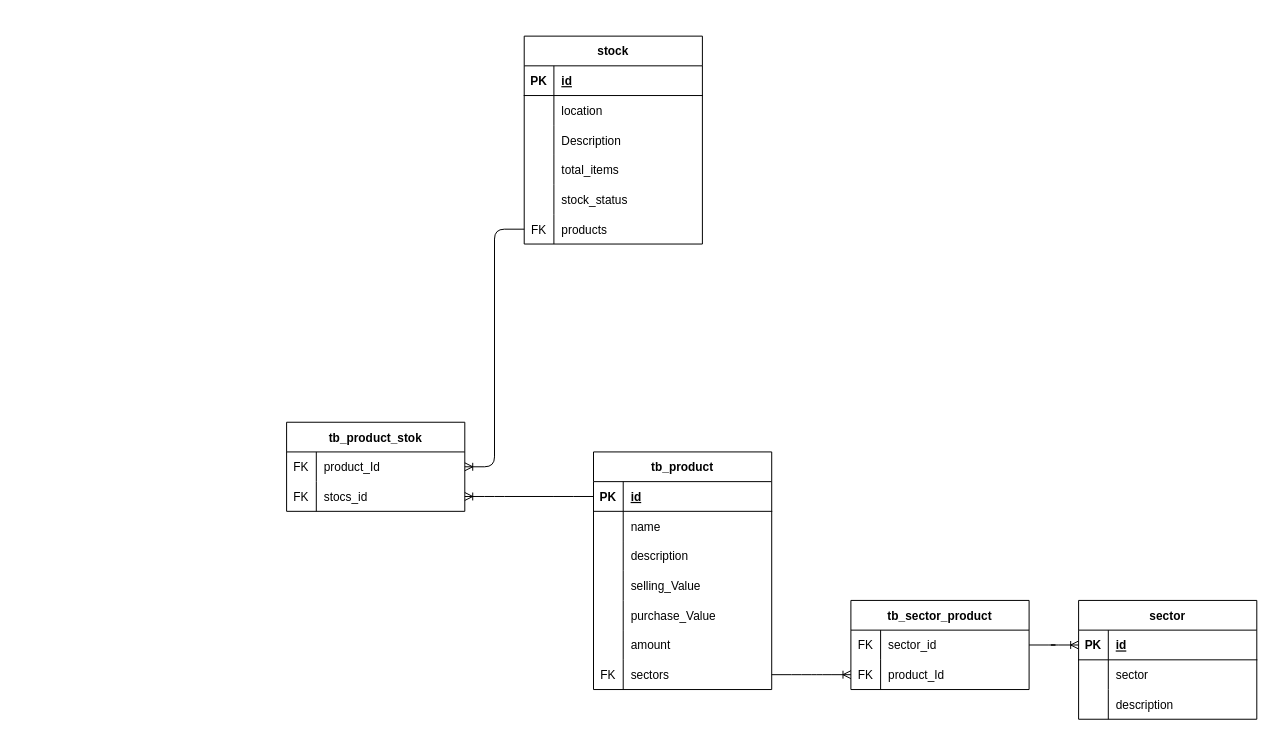
This is doc/DiagramaBanco.drawio from ulisses953/GerenciadorEstoqueBackEnd, a draw.io file, before an edit. Source tidied: cells renumbered, new cells numbered last; positions are measured from the earlier drawing's top-left corner, leaving out a move shared by most shapes. Both pictures are drawn from the tidied source at 99%, with x=0, y=0 at pixel (286, 36).
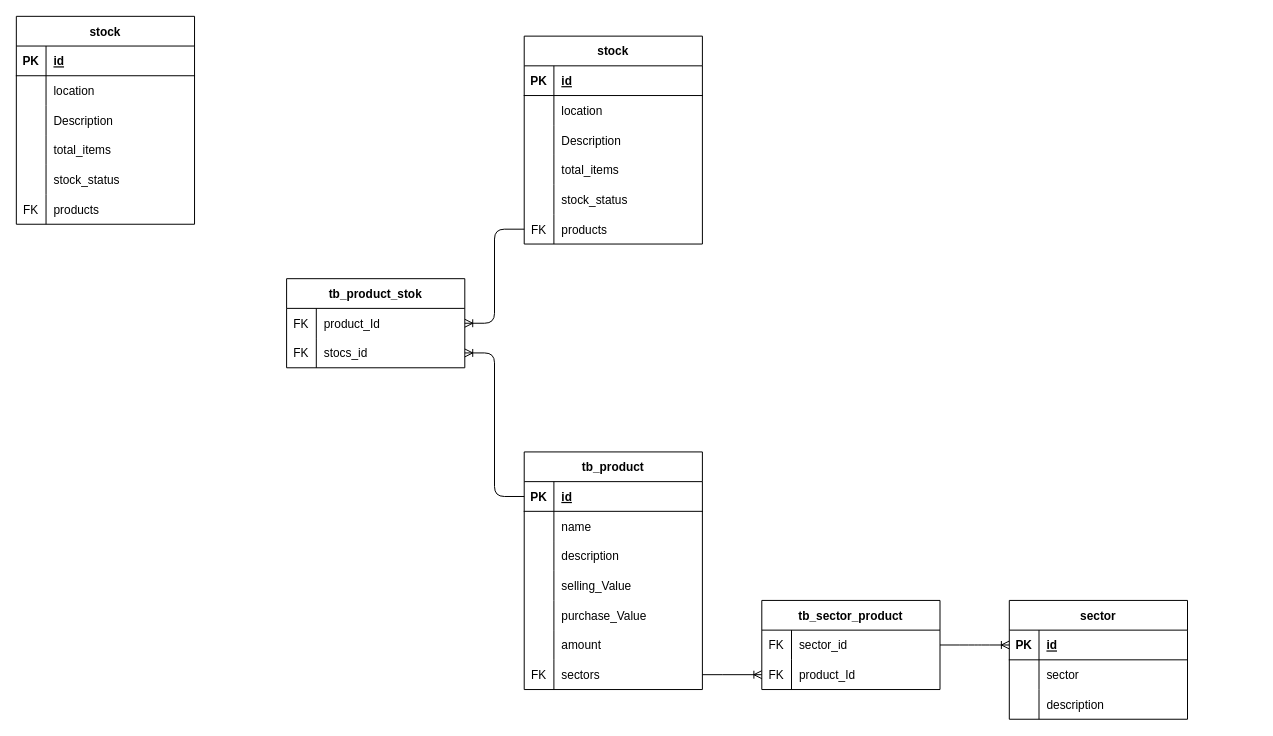
Above is the later version.

Diff of the diagram source:
```diff
@@
     <mxCell id="2" value="tb_product" style="shape=table;startSize=30;childLayout=tableLayout;rowLines=0;fontStyle=1;align=center;" parent="1" vertex="1">
-      <mxGeometry x="310" y="420" width="180" height="240" as="geometry" />
+      <mxGeometry x="240" y="420" width="180" height="240" as="geometry" />
     </mxCell>
@@
     <mxCell id="24" value="tb_sector_product" style="shape=table;startSize=30;childLayout=tableLayout;rowLines=0;fontStyle=1;align=center;" parent="1" vertex="1">
-      <mxGeometry x="570" y="570" width="180" height="90" as="geometry" />
+      <mxGeometry x="480" y="570" width="180" height="90" as="geometry" />
     </mxCell>
@@
     <mxCell id="32" value="sector" style="shape=table;startSize=30;childLayout=tableLayout;rowLines=0;fontStyle=1;align=center;" parent="1" vertex="1">
-      <mxGeometry x="800" y="570" width="180" height="120" as="geometry" />
+      <mxGeometry x="730" y="570" width="180" height="120" as="geometry" />
     </mxCell>
@@
     <mxCell id="62" value="tb_product_stok" style="shape=table;startSize=30;childLayout=tableLayout;rowLines=0;fontStyle=1;align=center;" parent="1" vertex="1">
-      <mxGeometry y="390" width="180" height="90" as="geometry" />
+      <mxGeometry y="245" width="180" height="90" as="geometry" />
     </mxCell>
@@
+    <mxCell id="71" value="stock" style="shape=table;startSize=30;childLayout=tableLayout;rowLines=0;fontStyle=1;align=center;" parent="1" vertex="1">
+      <mxGeometry x="-273" y="-20" width="180" height="210" as="geometry" />
+    </mxCell>
+    <mxCell id="72" style="shape=tableRow;horizontal=0;startSize=0;swimlaneHead=0;swimlaneBody=0;fillColor=none;top=0;left=0;right=0;bottom=1;" parent="71" vertex="1">
+      <mxGeometry y="30" width="180" height="30" as="geometry" />
+    </mxCell>
+    <mxCell id="73" value="PK" style="shape=partialRectangle;fillColor=none;top=0;left=0;bottom=0;right=0;fontStyle=1;overflow=hidden;" parent="72" vertex="1">
+      <mxGeometry width="30" height="30" as="geometry" />
+    </mxCell>
+    <mxCell id="74" value="id" style="shape=partialRectangle;fillColor=none;top=0;left=0;bottom=0;right=0;align=left;spacingLeft=6;fontStyle=5;overflow=hidden;" parent="72" vertex="1">
+      <mxGeometry x="30" width="150" height="30" as="geometry" />
+    </mxCell>
+    <mxCell id="75" style="shape=tableRow;horizontal=0;startSize=0;swimlaneHead=0;swimlaneBody=0;fillColor=none;top=0;left=0;right=0;bottom=0;" parent="71" vertex="1">
+      <mxGeometry y="60" width="180" height="30" as="geometry" />
+    </mxCell>
+    <mxCell id="76" style="shape=partialRectangle;fillColor=none;top=0;left=0;bottom=0;right=0;overflow=hidden;" parent="75" vertex="1">
+      <mxGeometry width="30" height="30" as="geometry" />
+    </mxCell>
+    <mxCell id="77" value="location" style="shape=partialRectangle;fillColor=none;top=0;left=0;bottom=0;right=0;align=left;spacingLeft=6;overflow=hidden;" parent="75" vertex="1">
+      <mxGeometry x="30" width="150" height="30" as="geometry" />
+    </mxCell>
+    <mxCell id="78" style="shape=tableRow;horizontal=0;startSize=0;swimlaneHead=0;swimlaneBody=0;fillColor=none;top=0;left=0;right=0;bottom=0;" parent="71" vertex="1">
+      <mxGeometry y="90" width="180" height="30" as="geometry" />
+    </mxCell>
+    <mxCell id="79" style="shape=partialRectangle;fillColor=none;top=0;left=0;bottom=0;right=0;overflow=hidden;" parent="78" vertex="1">
+      <mxGeometry width="30" height="30" as="geometry" />
+    </mxCell>
+    <mxCell id="80" value="Description" style="shape=partialRectangle;fillColor=none;top=0;left=0;bottom=0;right=0;align=left;spacingLeft=6;overflow=hidden;" parent="78" vertex="1">
+      <mxGeometry x="30" width="150" height="30" as="geometry" />
+    </mxCell>
+    <mxCell id="81" style="shape=tableRow;horizontal=0;startSize=0;swimlaneHead=0;swimlaneBody=0;fillColor=none;top=0;left=0;right=0;bottom=0;" parent="71" vertex="1">
+      <mxGeometry y="120" width="180" height="30" as="geometry" />
+    </mxCell>
+    <mxCell id="82" style="shape=partialRectangle;fillColor=none;top=0;left=0;bottom=0;right=0;overflow=hidden;" parent="81" vertex="1">
+      <mxGeometry width="30" height="30" as="geometry" />
+    </mxCell>
+    <mxCell id="83" value="total_items" style="shape=partialRectangle;fillColor=none;top=0;left=0;bottom=0;right=0;align=left;spacingLeft=6;overflow=hidden;" parent="81" vertex="1">
+      <mxGeometry x="30" width="150" height="30" as="geometry" />
+    </mxCell>
+    <mxCell id="84" style="shape=tableRow;horizontal=0;startSize=0;swimlaneHead=0;swimlaneBody=0;fillColor=none;top=0;left=0;right=0;bottom=0;" parent="71" vertex="1">
+      <mxGeometry y="150" width="180" height="30" as="geometry" />
+    </mxCell>
+    <mxCell id="85" style="shape=partialRectangle;fillColor=none;top=0;left=0;bottom=0;right=0;overflow=hidden;" parent="84" vertex="1">
+      <mxGeometry width="30" height="30" as="geometry" />
+    </mxCell>
+    <mxCell id="86" value="stock_status" style="shape=partialRectangle;fillColor=none;top=0;left=0;bottom=0;right=0;align=left;spacingLeft=6;overflow=hidden;" parent="84" vertex="1">
+      <mxGeometry x="30" width="150" height="30" as="geometry" />
+    </mxCell>
+    <mxCell id="87" style="shape=tableRow;horizontal=0;startSize=0;swimlaneHead=0;swimlaneBody=0;fillColor=none;top=0;left=0;right=0;bottom=0;" parent="71" vertex="1">
+      <mxGeometry y="180" width="180" height="30" as="geometry" />
+    </mxCell>
+    <mxCell id="88" value="FK" style="shape=partialRectangle;fillColor=none;top=0;left=0;bottom=0;right=0;overflow=hidden;" parent="87" vertex="1">
+      <mxGeometry width="30" height="30" as="geometry" />
+    </mxCell>
+    <mxCell id="89" value="products" style="shape=partialRectangle;fillColor=none;top=0;left=0;bottom=0;right=0;align=left;spacingLeft=6;overflow=hidden;" parent="87" vertex="1">
+      <mxGeometry x="30" width="150" height="30" as="geometry" />
+    </mxCell>
```
